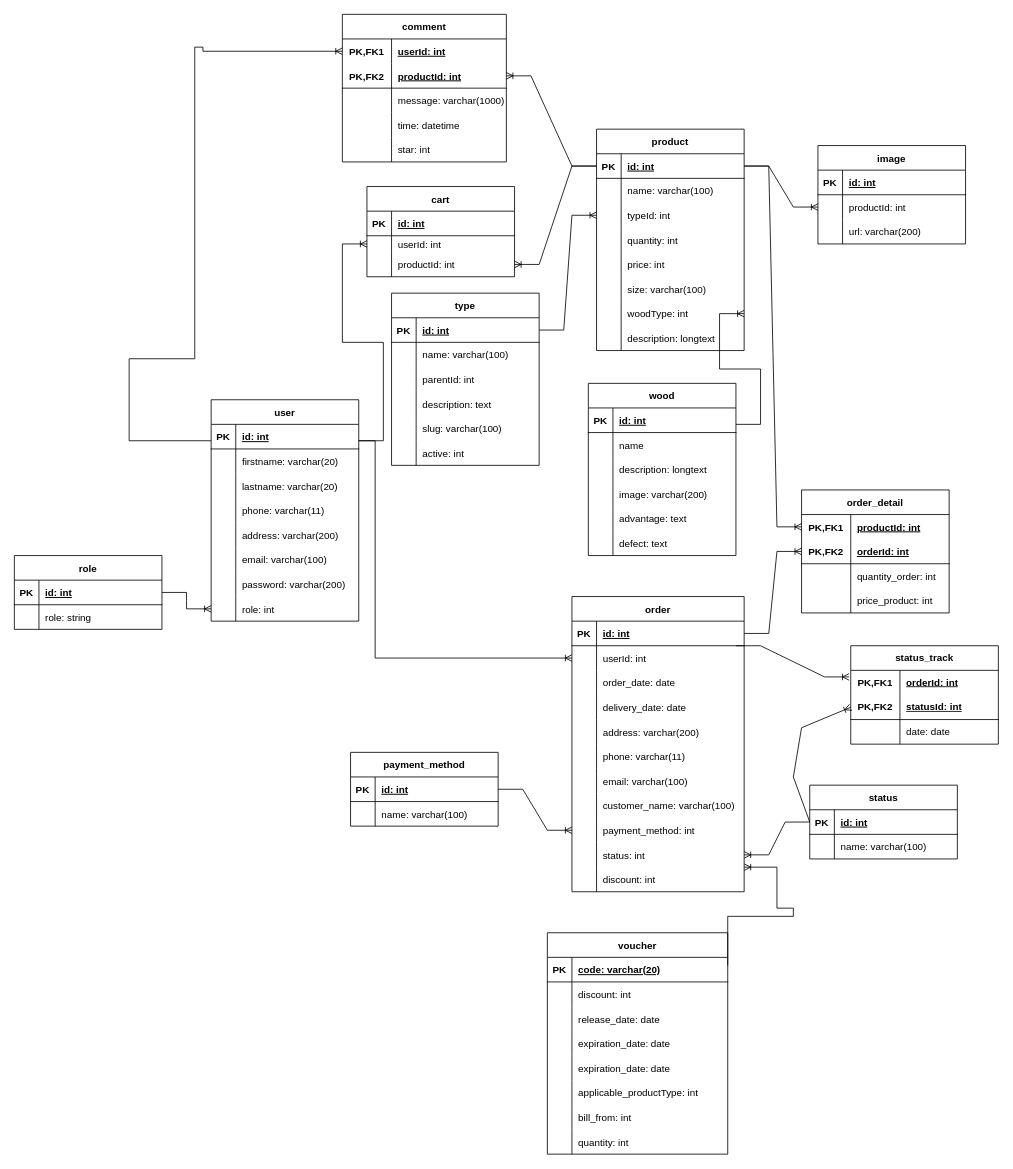
phanphuc2210/MocPhuc_Angular keeps this draw.io diagram as MocPhuc.drawio. Above is the earlier version. Source tidied: cells renumbered, new cells numbered last; positions are measured from the earlier drawing's top-left corner, leaving out a move shared by most shapes. Both pictures are drawn from the tidied source at 82%, with x=0, y=0 at pixel (14, 14).
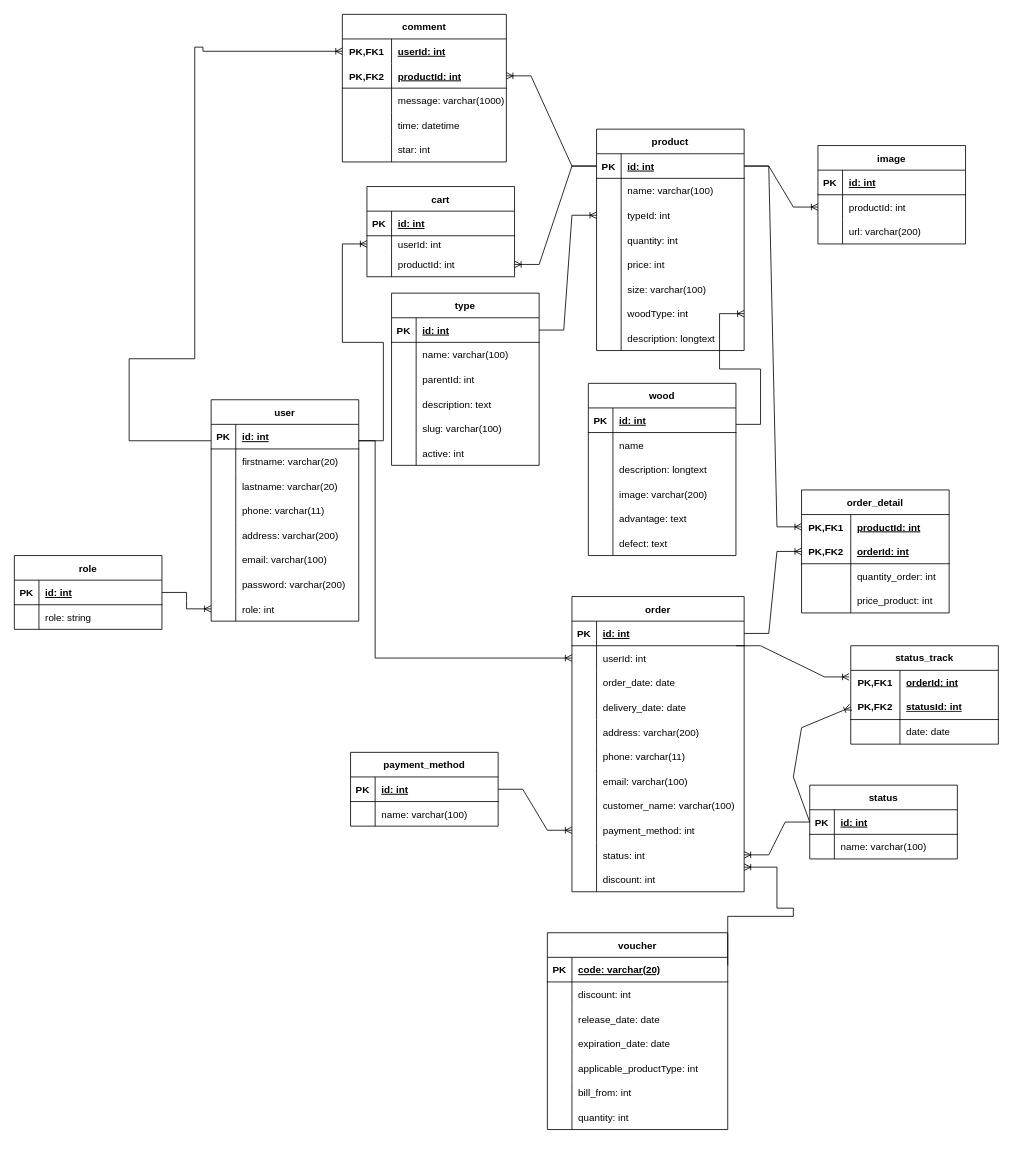
The same diagram, later.

Change to the diagram source:
```diff
@@
     <mxCell id="101" value="voucher" style="shape=table;startSize=30;childLayout=tableLayout;rowLines=0;fontStyle=1;align=center;" parent="1" vertex="1">
-      <mxGeometry x="650" y="1120" width="220" height="270" as="geometry" />
+      <mxGeometry x="650" y="1120" width="220" height="240" as="geometry" />
     </mxCell>
@@
-    <mxCell id="114" style="shape=tableRow;horizontal=0;startSize=0;swimlaneHead=0;swimlaneBody=0;fillColor=none;top=0;left=0;right=0;bottom=0;" parent="101" vertex="1">
-      <mxGeometry y="150" width="220" height="30" as="geometry" />
-    </mxCell>
-    <mxCell id="115" style="shape=partialRectangle;fillColor=none;top=0;left=0;bottom=0;right=0;overflow=hidden;" parent="114" vertex="1">
-      <mxGeometry width="30" height="30" as="geometry" />
-    </mxCell>
-    <mxCell id="116" value="expiration_date: date" style="shape=partialRectangle;fillColor=none;top=0;left=0;bottom=0;right=0;align=left;spacingLeft=6;overflow=hidden;" parent="114" vertex="1">
-      <mxGeometry x="30" width="190" height="30" as="geometry" />
-    </mxCell>
     <mxCell id="117" style="shape=tableRow;horizontal=0;startSize=0;swimlaneHead=0;swimlaneBody=0;fillColor=none;top=0;left=0;right=0;bottom=0;" parent="101" vertex="1">
-      <mxGeometry y="180" width="220" height="30" as="geometry" />
+      <mxGeometry y="150" width="220" height="30" as="geometry" />
     </mxCell>
@@
     <mxCell id="120" style="shape=tableRow;horizontal=0;startSize=0;swimlaneHead=0;swimlaneBody=0;fillColor=none;top=0;left=0;right=0;bottom=0;" parent="101" vertex="1">
-      <mxGeometry y="210" width="220" height="30" as="geometry" />
+      <mxGeometry y="180" width="220" height="30" as="geometry" />
     </mxCell>
@@
     <mxCell id="123" style="shape=tableRow;horizontal=0;startSize=0;swimlaneHead=0;swimlaneBody=0;fillColor=none;top=0;left=0;right=0;bottom=0;" parent="101" vertex="1">
-      <mxGeometry y="240" width="220" height="30" as="geometry" />
+      <mxGeometry y="210" width="220" height="30" as="geometry" />
     </mxCell>
```
